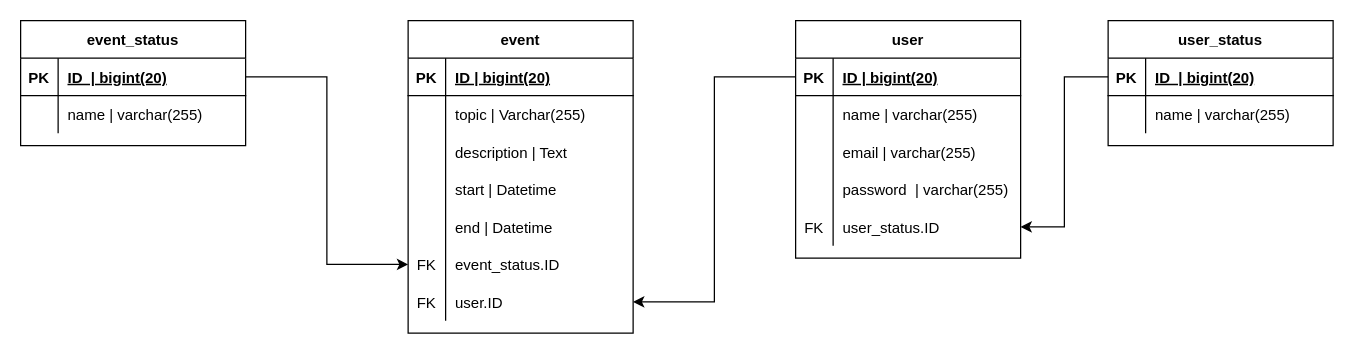
Earlier version of the draw.io diagram plans/database_plan/Calendar_database_plan.drawio (KerteszZoltan/szakdoga). Source tidied: cells renumbered, new cells numbered last; positions are measured from the earlier drawing's top-left corner, leaving out a move shared by most shapes. Both pictures are drawn from the tidied source at 125%, with x=0, y=0 at pixel (20, 20).
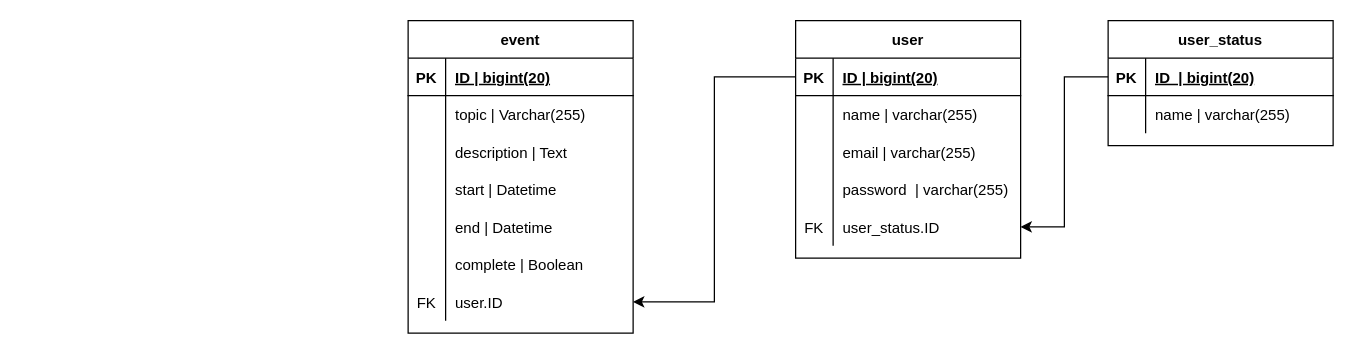
After the change.

Unchanged cells that the change refers to:
```xml
<mxCell id="18" style="shape=partialRectangle;fillColor=none;top=0;left=0;bottom=0;right=0;points=[[0,0.5],[1,0.5]];portConstraint=eastwest;" parent="2" vertex="1">
  <mxGeometry y="180" width="180" height="30" as="geometry" />
</mxCell>
```

Diff of the diagram source:
```diff
@@
-    <mxCell id="19" value="FK" style="shape=partialRectangle;fillColor=none;top=0;left=0;bottom=0;right=0;overflow=hidden;" parent="18" vertex="1">
+    <mxCell id="19" style="shape=partialRectangle;fillColor=none;top=0;left=0;bottom=0;right=0;overflow=hidden;" parent="18" vertex="1">
       <mxGeometry width="30" height="30" as="geometry" />
     </mxCell>
-    <mxCell id="20" value="event_status.ID" style="shape=partialRectangle;fillColor=none;top=0;left=0;bottom=0;right=0;align=left;spacingLeft=6;overflow=hidden;" parent="18" vertex="1">
+    <mxCell id="20" value="complete | Boolean" style="shape=partialRectangle;fillColor=none;top=0;left=0;bottom=0;right=0;align=left;spacingLeft=6;overflow=hidden;" parent="18" vertex="1">
       <mxGeometry x="30" width="150" height="30" as="geometry" />
     </mxCell>
@@
-    <mxCell id="41" value="event_status" style="shape=table;startSize=30;childLayout=tableLayout;rowLines=0;fontStyle=1;align=center;" parent="1" vertex="1">
-      <mxGeometry width="180" height="100" as="geometry" />
-    </mxCell>
-    <mxCell id="42" style="shape=partialRectangle;fillColor=none;top=0;left=0;bottom=1;right=0;points=[[0,0.5],[1,0.5]];portConstraint=eastwest;" parent="41" vertex="1">
-      <mxGeometry y="30" width="180" height="30" as="geometry" />
-    </mxCell>
-    <mxCell id="43" value="PK" style="shape=partialRectangle;fillColor=none;top=0;left=0;bottom=0;right=0;fontStyle=1;overflow=hidden;" parent="42" vertex="1">
-      <mxGeometry width="30" height="30" as="geometry" />
-    </mxCell>
-    <mxCell id="44" value="ID  | bigint(20)" style="shape=partialRectangle;fillColor=none;top=0;left=0;bottom=0;right=0;align=left;spacingLeft=6;fontStyle=5;overflow=hidden;" parent="42" vertex="1">
-      <mxGeometry x="30" width="150" height="30" as="geometry" />
-    </mxCell>
-    <mxCell id="45" style="shape=partialRectangle;fillColor=none;top=0;left=0;bottom=0;right=0;" parent="41" vertex="1">
-      <mxGeometry y="60" width="180" height="30" as="geometry" />
-    </mxCell>
-    <mxCell id="46" style="shape=partialRectangle;fillColor=none;top=0;left=0;bottom=0;right=0;overflow=hidden;" parent="45" vertex="1">
-      <mxGeometry width="30" height="30" as="geometry" />
-    </mxCell>
-    <mxCell id="47" value="name | varchar(255)" style="shape=partialRectangle;fillColor=none;top=0;left=0;bottom=0;right=0;align=left;spacingLeft=6;overflow=hidden;" parent="45" vertex="1">
-      <mxGeometry x="30" width="150" height="30" as="geometry" />
-    </mxCell>
@@
-    <mxCell id="56" style="edgeStyle=orthogonalEdgeStyle;rounded=0;jettySize=auto;html=1;exitX=1;exitY=0.5;exitDx=0;exitDy=0;entryX=0;entryY=0.5;entryDx=0;entryDy=0;" parent="1" edge="1" source="42" target="18">
-      <mxGeometry relative="1" as="geometry" />
-    </mxCell>
```
